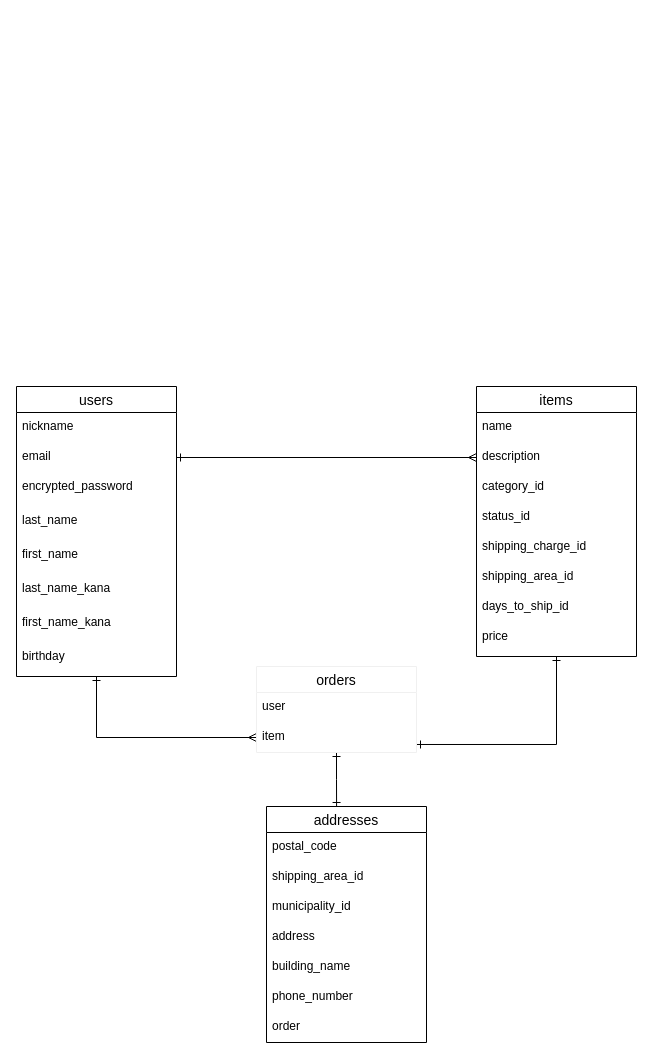
The draw.io diagram furima.dio in yukki373/furima-34583, before the edit. Source tidied: cells renumbered, new cells numbered last; positions are measured from the earlier drawing's top-left corner, leaving out a move shared by most shapes. Both pictures are drawn from the tidied source at 100%, with x=0, y=0 at pixel (16, 386).
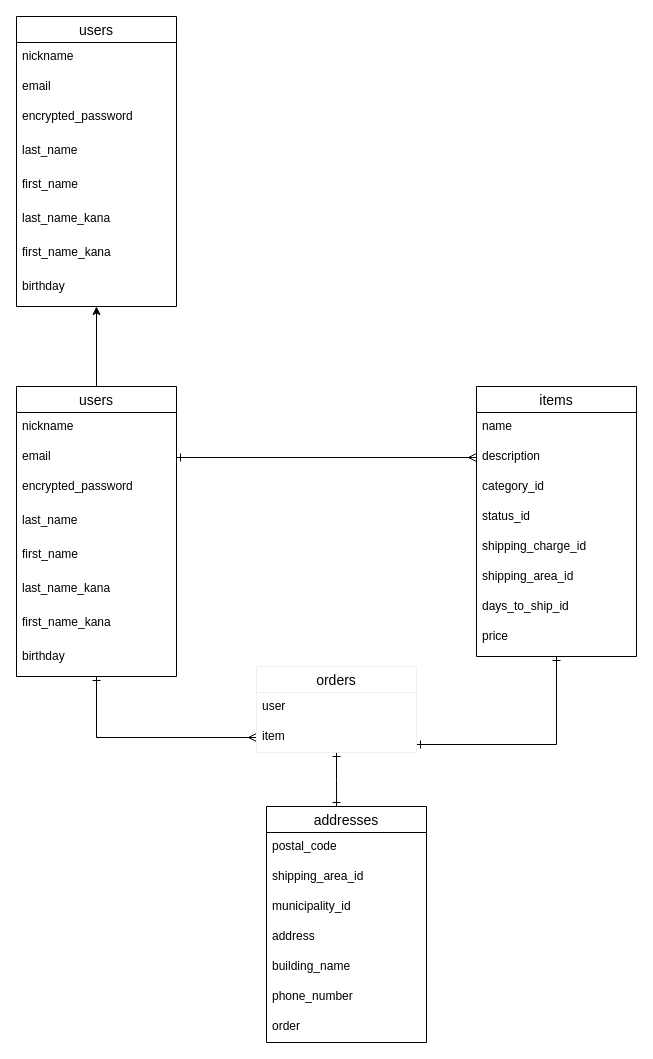
The same diagram, later.

The change refers to these unchanged cells:
```xml
<mxCell id="3" value="users" style="swimlane;fontStyle=0;horizontal=1;startSize=26;align=center;fontSize=14;" parent="1" vertex="1">
  <mxGeometry width="160" height="290" as="geometry" />
</mxCell>
```

What changed in the source:
```diff
@@
+    <mxCell id="35" style="edgeStyle=orthogonalEdgeStyle;rounded=0;jettySize=auto;html=1;" parent="1" edge="1" source="3" target="36">
+      <mxGeometry relative="1" as="geometry" />
+    </mxCell>
@@
+    <mxCell id="36" value="users" style="swimlane;fontStyle=0;horizontal=1;startSize=26;align=center;fontSize=14;" parent="1" vertex="1">
+      <mxGeometry y="-370" width="160" height="290" as="geometry" />
+    </mxCell>
+    <mxCell id="37" value="nickname" style="text;strokeColor=none;fillColor=none;spacingLeft=4;spacingRight=4;overflow=hidden;fontSize=12;" parent="36" vertex="1">
+      <mxGeometry y="26" width="160" height="30" as="geometry" />
+    </mxCell>
+    <mxCell id="38" value="email" style="text;strokeColor=none;fillColor=none;spacingLeft=4;spacingRight=4;overflow=hidden;fontSize=12;" parent="36" vertex="1">
+      <mxGeometry y="56" width="160" height="30" as="geometry" />
+    </mxCell>
+    <mxCell id="39" value="encrypted_password" style="text;strokeColor=none;fillColor=none;spacingLeft=4;spacingRight=4;overflow=hidden;fontSize=12;" parent="36" vertex="1">
+      <mxGeometry y="86" width="160" height="34" as="geometry" />
+    </mxCell>
+    <mxCell id="40" value="last_name" style="text;strokeColor=none;fillColor=none;spacingLeft=4;spacingRight=4;overflow=hidden;fontSize=12;" parent="36" vertex="1">
+      <mxGeometry y="120" width="160" height="34" as="geometry" />
+    </mxCell>
+    <mxCell id="41" value="first_name" style="text;strokeColor=none;fillColor=none;spacingLeft=4;spacingRight=4;overflow=hidden;fontSize=12;" parent="36" vertex="1">
+      <mxGeometry y="154" width="160" height="34" as="geometry" />
+    </mxCell>
+    <mxCell id="42" value="last_name_kana&#10;&#10;" style="text;strokeColor=none;fillColor=none;spacingLeft=4;spacingRight=4;overflow=hidden;fontSize=12;" parent="36" vertex="1">
+      <mxGeometry y="188" width="160" height="34" as="geometry" />
+    </mxCell>
+    <mxCell id="43" value="first_name_kana" style="text;strokeColor=none;fillColor=none;spacingLeft=4;spacingRight=4;overflow=hidden;fontSize=12;" parent="36" vertex="1">
+      <mxGeometry y="222" width="160" height="34" as="geometry" />
+    </mxCell>
+    <mxCell id="44" value="birthday" style="text;strokeColor=none;fillColor=none;spacingLeft=4;spacingRight=4;overflow=hidden;fontSize=12;" parent="36" vertex="1">
+      <mxGeometry y="256" width="160" height="34" as="geometry" />
+    </mxCell>
```
